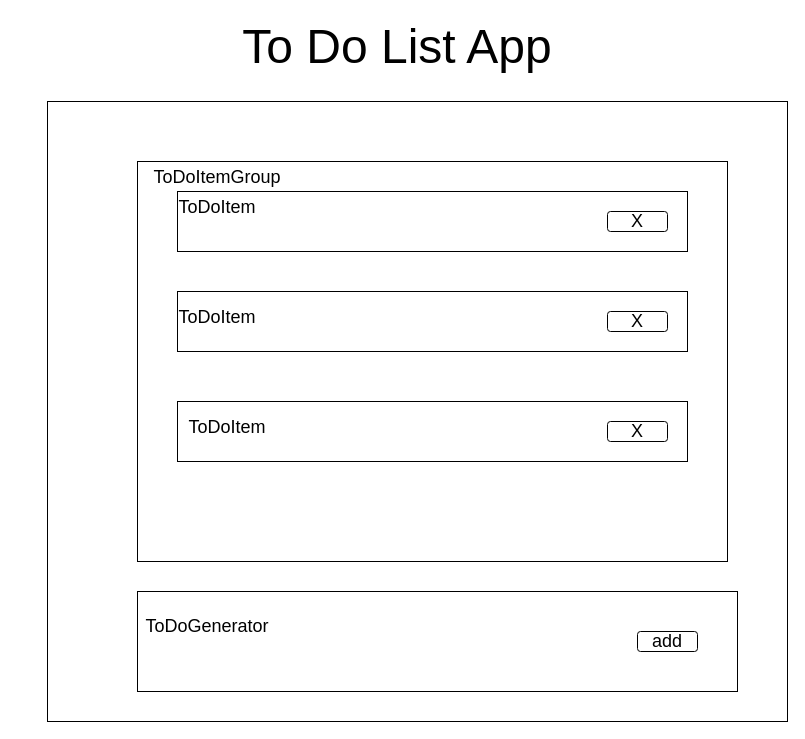
Above: ToDoList.drawio in vincent9394/ioDraw (draw.io), before the change. Source tidied: cells renumbered, new cells numbered last; positions are measured from the earlier drawing's top-left corner, leaving out a move shared by most shapes. Both pictures are drawn from the tidied source at 100%, with x=0, y=0 at pixel (17, 31).
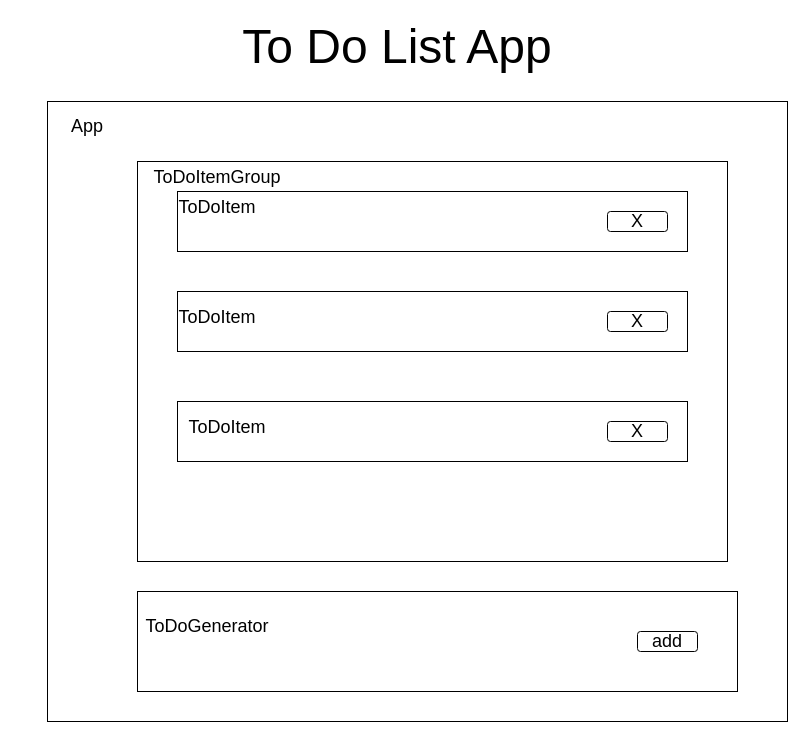
The same page after the edit.

What changed in the source:
```diff
@@
 <mxGraphModel>
   <root>
     <mxCell id="0" />
     <mxCell id="1" parent="0" />
     <mxCell id="2" style="rounded=0;whiteSpace=wrap;html=1;" parent="1" vertex="1">
       <mxGeometry x="30" y="70" width="740" height="620" as="geometry" />
     </mxCell>
     <mxCell id="3" style="rounded=0;whiteSpace=wrap;html=1;" parent="1" vertex="1">
       <mxGeometry x="120" y="130" width="590" height="400" as="geometry" />
     </mxCell>
     <mxCell id="4" style="rounded=0;whiteSpace=wrap;html=1;" parent="1" vertex="1">
       <mxGeometry x="160" y="160" width="510" height="60" as="geometry" />
     </mxCell>
     <mxCell id="5" style="rounded=0;whiteSpace=wrap;html=1;" parent="1" vertex="1">
       <mxGeometry x="160" y="260" width="510" height="60" as="geometry" />
     </mxCell>
     <mxCell id="6" style="rounded=0;whiteSpace=wrap;html=1;" parent="1" vertex="1">
       <mxGeometry x="160" y="370" width="510" height="60" as="geometry" />
     </mxCell>
     <mxCell id="7" style="rounded=0;whiteSpace=wrap;html=1;" parent="1" vertex="1">
       <mxGeometry x="120" y="560" width="600" height="100" as="geometry" />
     </mxCell>
     <mxCell id="8" value="&lt;font style=&quot;font-size: 48px&quot;&gt;To Do List App&lt;/font&gt;" style="text;html=1;strokeColor=none;fillColor=none;align=center;verticalAlign=middle;whiteSpace=wrap;rounded=0;" parent="1" vertex="1">
       <mxGeometry width="760" height="30" as="geometry" />
     </mxCell>
     <mxCell id="9" value="&lt;font style=&quot;font-size: 18px&quot;&gt;ToDoItem&lt;/font&gt;" style="text;html=1;strokeColor=none;fillColor=none;align=center;verticalAlign=middle;whiteSpace=wrap;rounded=0;fontSize=48;" parent="1" vertex="1">
       <mxGeometry x="170" y="150" width="60" height="30" as="geometry" />
     </mxCell>
     <mxCell id="10" value="&lt;font style=&quot;font-size: 18px&quot;&gt;ToDoItemGroup&lt;/font&gt;" style="text;html=1;strokeColor=none;fillColor=none;align=center;verticalAlign=middle;whiteSpace=wrap;rounded=0;fontSize=48;" parent="1" vertex="1">
       <mxGeometry x="170" y="120" width="60" height="30" as="geometry" />
     </mxCell>
     <mxCell id="11" value="ToDoGenerator" style="text;html=1;strokeColor=none;fillColor=none;align=center;verticalAlign=middle;whiteSpace=wrap;rounded=0;fontSize=18;" parent="1" vertex="1">
       <mxGeometry x="160" y="580" width="60" height="30" as="geometry" />
     </mxCell>
     <mxCell id="12" value="&lt;font style=&quot;font-size: 18px&quot;&gt;ToDoItem&lt;/font&gt;" style="text;html=1;strokeColor=none;fillColor=none;align=center;verticalAlign=middle;whiteSpace=wrap;rounded=0;fontSize=48;" parent="1" vertex="1">
       <mxGeometry x="170" y="260" width="60" height="30" as="geometry" />
     </mxCell>
     <mxCell id="13" value="&lt;font style=&quot;font-size: 18px&quot;&gt;ToDoItem&lt;/font&gt;" style="text;html=1;strokeColor=none;fillColor=none;align=center;verticalAlign=middle;whiteSpace=wrap;rounded=0;fontSize=48;" parent="1" vertex="1">
       <mxGeometry x="180" y="370" width="60" height="30" as="geometry" />
     </mxCell>
     <mxCell id="14" value="add" style="rounded=1;whiteSpace=wrap;html=1;fontSize=18;" parent="1" vertex="1">
       <mxGeometry x="620" y="600" width="60" height="20" as="geometry" />
     </mxCell>
     <mxCell id="15" value="X" style="rounded=1;whiteSpace=wrap;html=1;fontSize=18;" parent="1" vertex="1">
       <mxGeometry x="590" y="390" width="60" height="20" as="geometry" />
     </mxCell>
     <mxCell id="16" value="X" style="rounded=1;whiteSpace=wrap;html=1;fontSize=18;" parent="1" vertex="1">
       <mxGeometry x="590" y="280" width="60" height="20" as="geometry" />
     </mxCell>
     <mxCell id="17" value="X" style="rounded=1;whiteSpace=wrap;html=1;fontSize=18;" parent="1" vertex="1">
       <mxGeometry x="590" y="180" width="60" height="20" as="geometry" />
     </mxCell>
+    <mxCell id="18" value="App" style="text;html=1;strokeColor=none;fillColor=none;align=center;verticalAlign=middle;whiteSpace=wrap;rounded=0;fontSize=18;" parent="1" vertex="1">
+      <mxGeometry x="40" y="80" width="60" height="30" as="geometry" />
+    </mxCell>
   </root>
 </mxGraphModel>
```
